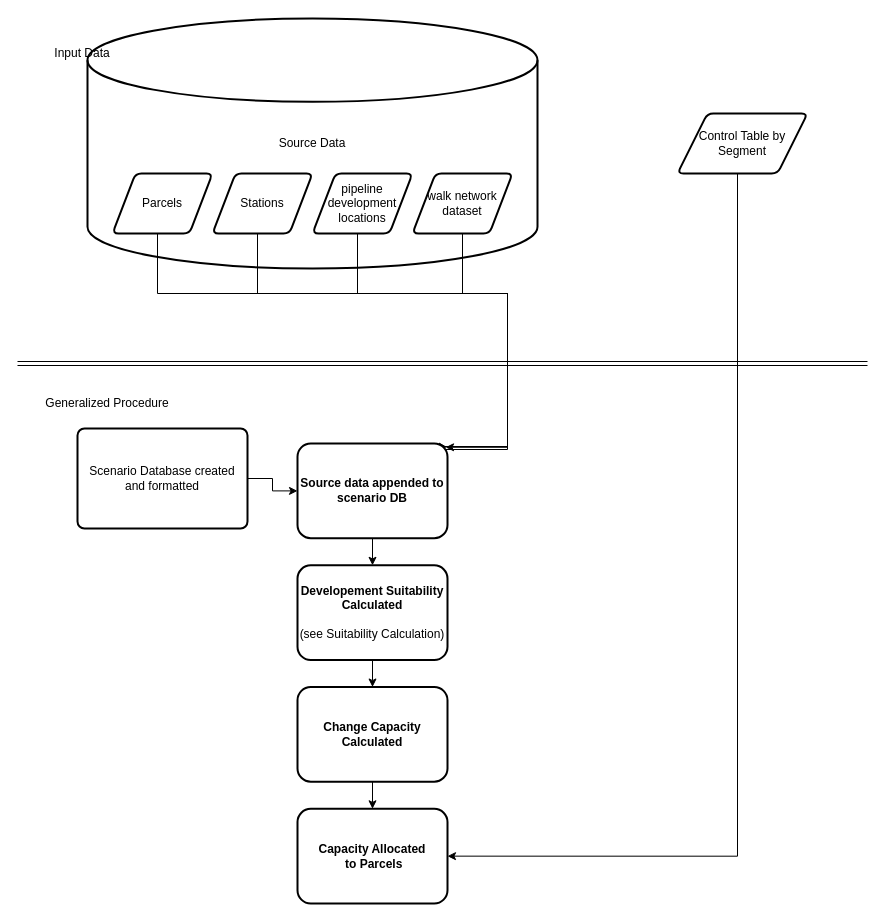
Before: page "Allocation Process General" (1 of 3) of AllocationProcess.drawio in renaissanceplanning/LCBRT_TOD, a draw.io diagram. Source tidied: cells renumbered, new cells numbered last; positions are measured from the earlier drawing's top-left corner, leaving out a move shared by most shapes. Both pictures are drawn from the tidied source at 100%, with x=0, y=0 at pixel (17, 18).
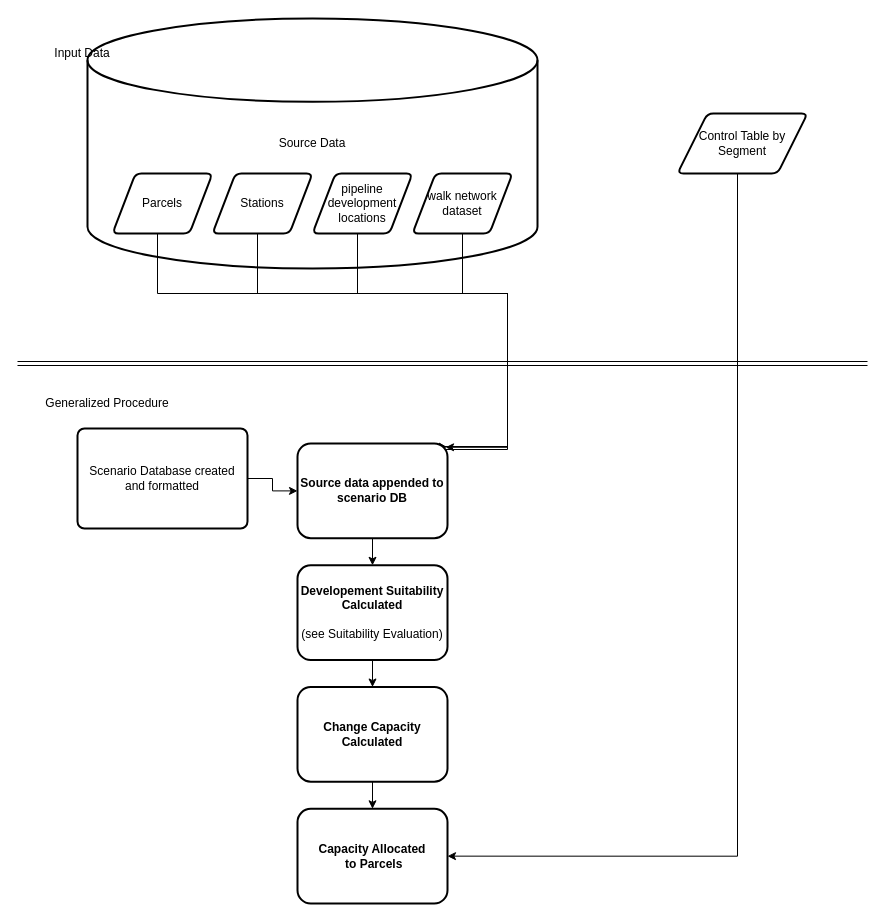
The same diagram, later.

The change refers to these unchanged cells:
```xml
<mxCell id="18" style="group;" parent="1" vertex="1">
  <mxGeometry x="280" y="425" width="150" height="460" as="geometry" />
</mxCell>
```

What changed in the source:
```diff
@@
-    <mxCell id="20" value="&lt;b&gt;Developement Suitability Calculated &lt;br&gt;&lt;/b&gt;&lt;br&gt;(see Suitability Calculation)" style="whiteSpace=wrap;html=1;rounded=1;strokeWidth=2;arcSize=14;" parent="18" vertex="1">
+    <mxCell id="20" value="&lt;b&gt;Developement Suitability Calculated &lt;br&gt;&lt;/b&gt;&lt;br&gt;(see Suitability Evaluation)" style="whiteSpace=wrap;html=1;rounded=1;strokeWidth=2;arcSize=14;" parent="18" vertex="1">
       <mxGeometry y="121.8" width="150" height="94.7" as="geometry" />
     </mxCell>
```
